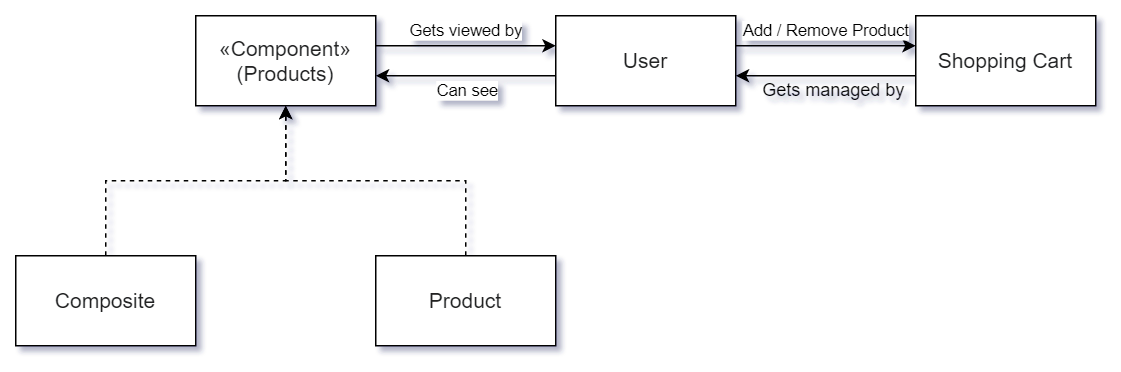
The draw.io diagram planning/DomainModel.png in noserronnie/skateshop, before a commit. Source tidied: cells renumbered, new cells last; positions are measured from the earlier drawing's top-left corner, leaving out a move shared by most shapes.
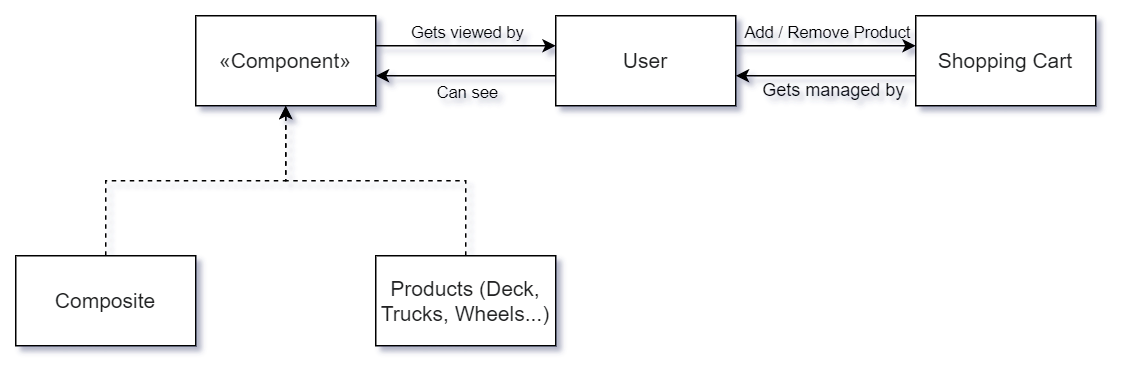
After the change.

Diff of the diagram source:
```diff
@@ -10,17 +10,17 @@
         </Array>
       </mxGeometry>
     </mxCell>
-    <mxCell id="3" value="Can see" style="edgeLabel;html=1;align=center;verticalAlign=middle;" parent="2" vertex="1">
+    <mxCell id="3" value="Can see" style="edgeLabel;html=1;align=center;verticalAlign=middle;labelBackgroundColor=none;" parent="2" vertex="1">
       <mxGeometry x="0.12" y="-1" relative="1" as="geometry">
         <mxPoint x="-7" y="29" as="offset" />
       </mxGeometry>
     </mxCell>
-    <mxCell id="4" value="Gets viewed by" style="edgeLabel;html=1;align=center;verticalAlign=middle;" parent="2" vertex="1">
+    <mxCell id="4" value="Gets viewed by" style="edgeLabel;html=1;align=center;verticalAlign=middle;labelBackgroundColor=none;" parent="2" vertex="1">
       <mxGeometry x="0.13" relative="1" as="geometry">
         <mxPoint x="-8" y="-10" as="offset" />
       </mxGeometry>
     </mxCell>
-    <mxCell id="5" value="&lt;span style=&quot;color: rgb(32 , 33 , 34) ; font-family: sans-serif ; font-size: 14px ; text-align: left ; background-color: rgb(255 , 255 , 255)&quot;&gt;«Component&lt;/span&gt;&lt;span style=&quot;color: rgb(32 , 33 , 34) ; font-family: sans-serif ; font-size: 14px ; background-color: rgb(255 , 255 , 255)&quot;&gt;»&lt;br&gt;(Products)&lt;br&gt;&lt;/span&gt;" style="rounded=0;whiteSpace=wrap;html=1;" parent="1" vertex="1">
+    <mxCell id="5" value="&lt;span style=&quot;color: rgb(32 , 33 , 34) ; font-family: sans-serif ; font-size: 14px ; text-align: left ; background-color: rgb(255 , 255 , 255)&quot;&gt;«Component&lt;/span&gt;&lt;span style=&quot;color: rgb(32 , 33 , 34) ; font-family: sans-serif ; font-size: 14px ; background-color: rgb(255 , 255 , 255)&quot;&gt;»&lt;br&gt;&lt;/span&gt;" style="rounded=0;whiteSpace=wrap;html=1;" parent="1" vertex="1">
       <mxGeometry x="120" width="120" height="60" as="geometry" />
     </mxCell>
     <mxCell id="6" style="edgeStyle=orthogonalEdgeStyle;rounded=0;jettySize=auto;html=1;dashed=1;" parent="1" edge="1" source="7" target="5">
@@ -32,7 +32,7 @@
     <mxCell id="8" style="edgeStyle=orthogonalEdgeStyle;rounded=0;jettySize=auto;html=1;dashed=1;" parent="1" edge="1" source="9" target="5">
       <mxGeometry relative="1" as="geometry" />
     </mxCell>
-    <mxCell id="9" value="&lt;div style=&quot;text-align: left&quot;&gt;&lt;font color=&quot;#202122&quot; face=&quot;sans-serif&quot;&gt;&lt;span style=&quot;font-size: 14px ; background-color: rgb(255 , 255 , 255)&quot;&gt;Product&lt;/span&gt;&lt;/font&gt;&lt;/div&gt;" style="rounded=0;whiteSpace=wrap;html=1;" parent="1" vertex="1">
+    <mxCell id="9" value="&lt;div style=&quot;&quot;&gt;&lt;font color=&quot;#202122&quot; face=&quot;sans-serif&quot;&gt;&lt;span style=&quot;font-size: 14px ; background-color: rgb(255 , 255 , 255)&quot;&gt;Products (Deck, Trucks, Wheels...)&lt;/span&gt;&lt;/font&gt;&lt;/div&gt;" style="rounded=0;whiteSpace=wrap;html=1;align=center;" parent="1" vertex="1">
       <mxGeometry x="240" y="160" width="120" height="60" as="geometry" />
     </mxCell>
     <mxCell id="10" style="edgeStyle=orthogonalEdgeStyle;rounded=0;jettySize=auto;html=1;startArrow=none;startFill=0;" parent="1" edge="1" source="13" target="5">
@@ -51,7 +51,7 @@
         </Array>
       </mxGeometry>
     </mxCell>
-    <mxCell id="12" value="Add / Remove Product" style="edgeLabel;html=1;align=center;verticalAlign=middle;" parent="11" vertex="1">
+    <mxCell id="12" value="Add / Remove Product" style="edgeLabel;html=1;align=center;verticalAlign=middle;fillColor=none;labelBackgroundColor=none;" parent="11" vertex="1">
       <mxGeometry x="0.1" y="1" relative="1" as="geometry">
         <mxPoint x="-6" y="-9" as="offset" />
       </mxGeometry>
```
